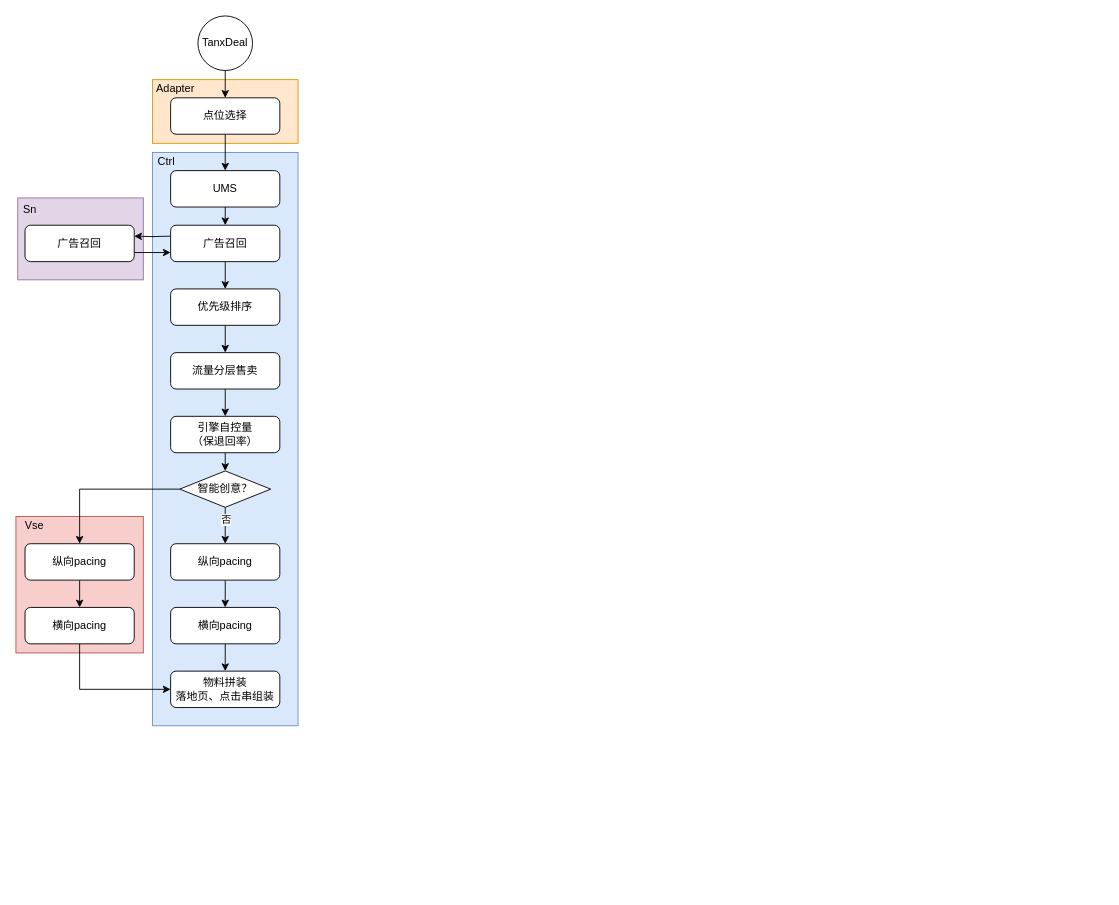
The draw.io diagram Untitled Diagram.drawio in coconutn256/studyFiles, before the edit. Source tidied: cells renumbered, new cells numbered last; positions are measured from the earlier drawing's top-left corner, leaving out a move shared by most shapes. Both pictures are drawn from the tidied source at 91%, with x=0, y=0 at pixel (15, 15).
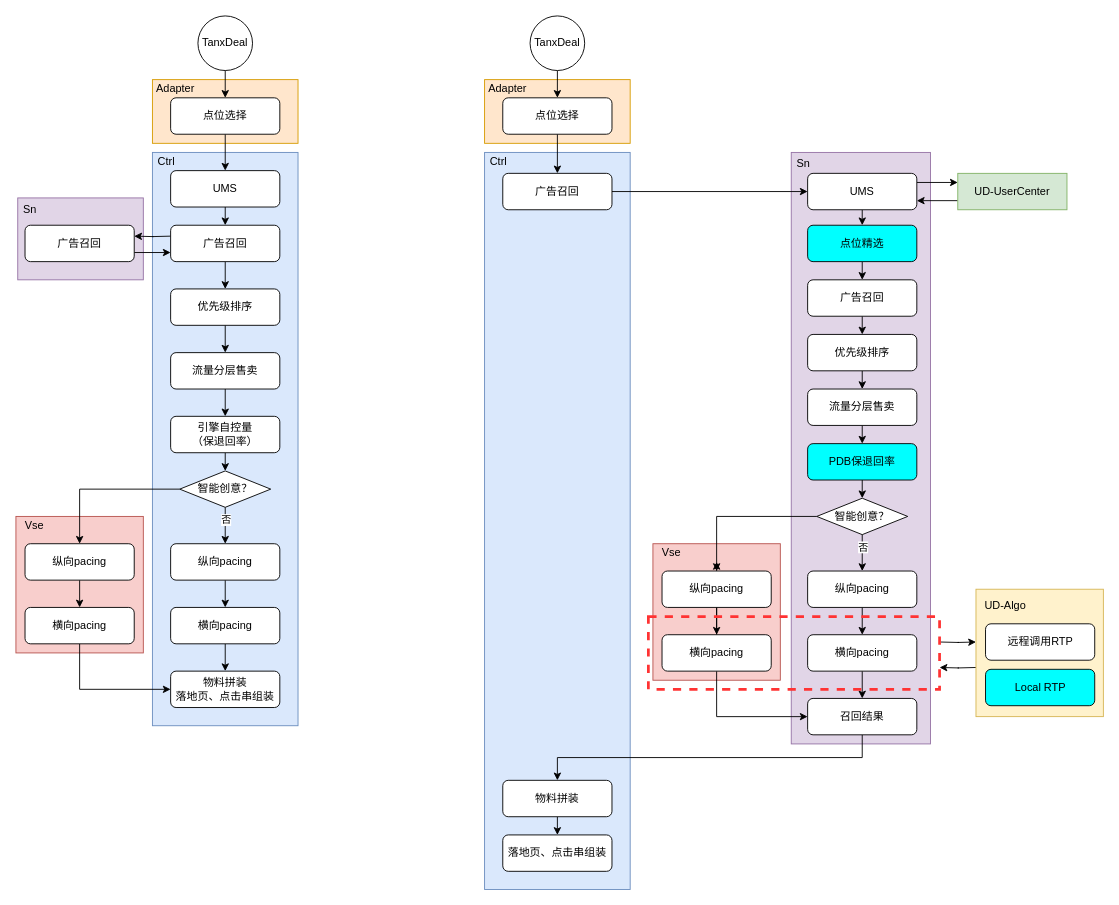
The same diagram, later.

What changed in the source:
```diff
@@
+    <mxCell id="40" style="rounded=0;whiteSpace=wrap;html=1;fillColor=#e1d5e7;strokeColor=#9673a6;" parent="1" vertex="1">
+      <mxGeometry x="852" y="150" width="153" height="650" as="geometry" />
+    </mxCell>
+    <mxCell id="41" style="rounded=0;whiteSpace=wrap;html=1;fontStyle=1;fillColor=#dae8fc;strokeColor=#6c8ebf;" parent="1" vertex="1">
+      <mxGeometry x="515" y="150" width="160" height="810" as="geometry" />
+    </mxCell>
+    <mxCell id="42" style="rounded=0;whiteSpace=wrap;html=1;fillColor=#ffe6cc;strokeColor=#d79b00;" parent="1" vertex="1">
+      <mxGeometry x="515" y="70" width="160" height="70" as="geometry" />
+    </mxCell>
+    <mxCell id="43" style="edgeStyle=orthogonalEdgeStyle;rounded=0;jettySize=auto;html=1;exitX=0.5;exitY=1;exitDx=0;exitDy=0;" parent="1" edge="1" source="44" target="46">
+      <mxGeometry relative="1" as="geometry" />
+    </mxCell>
+    <mxCell id="44" value="点位选择" style="rounded=1;whiteSpace=wrap;html=1;fontSize=12;glass=0;strokeWidth=1;shadow=0;" parent="1" vertex="1">
+      <mxGeometry x="535" y="90" width="120" height="40" as="geometry" />
+    </mxCell>
+    <mxCell id="45" style="edgeStyle=orthogonalEdgeStyle;rounded=0;jettySize=auto;html=1;exitX=1;exitY=0.5;exitDx=0;exitDy=0;entryX=0;entryY=0.5;entryDx=0;entryDy=0;" parent="1" edge="1" source="46" target="49">
+      <mxGeometry relative="1" as="geometry" />
+    </mxCell>
+    <mxCell id="46" value="广告召回" style="rounded=1;whiteSpace=wrap;html=1;fontSize=12;glass=0;strokeWidth=1;shadow=0;" parent="1" vertex="1">
+      <mxGeometry x="535" y="173" width="120" height="40" as="geometry" />
+    </mxCell>
+    <mxCell id="47" style="edgeStyle=orthogonalEdgeStyle;rounded=0;jettySize=auto;html=1;exitX=0.5;exitY=1;exitDx=0;exitDy=0;entryX=0.5;entryY=0;entryDx=0;entryDy=0;" parent="1" edge="1" source="49" target="81">
+      <mxGeometry relative="1" as="geometry" />
+    </mxCell>
+    <mxCell id="48" style="edgeStyle=orthogonalEdgeStyle;rounded=0;jettySize=auto;html=1;exitX=1;exitY=0.25;exitDx=0;exitDy=0;entryX=0;entryY=0.25;entryDx=0;entryDy=0;" parent="1" edge="1" source="49" target="86">
+      <mxGeometry relative="1" as="geometry" />
+    </mxCell>
+    <mxCell id="49" value="UMS" style="rounded=1;whiteSpace=wrap;html=1;fontSize=12;glass=0;strokeWidth=1;shadow=0;" parent="1" vertex="1">
+      <mxGeometry x="870" y="173" width="120" height="40" as="geometry" />
+    </mxCell>
+    <mxCell id="50" style="edgeStyle=orthogonalEdgeStyle;rounded=0;jettySize=auto;html=1;exitX=0.5;exitY=1;exitDx=0;exitDy=0;entryX=0.5;entryY=0;entryDx=0;entryDy=0;" parent="1" edge="1" source="51" target="44">
+      <mxGeometry relative="1" as="geometry" />
+    </mxCell>
+    <mxCell id="51" value="TanxDeal" style="ellipse;whiteSpace=wrap;html=1;" parent="1" vertex="1">
+      <mxGeometry x="565" width="60" height="60" as="geometry" />
+    </mxCell>
+    <mxCell id="52" value="Ctrl" style="text;html=1;align=center;verticalAlign=middle;fillColor=none;strokeColor=none;rounded=0;" parent="1" vertex="1">
+      <mxGeometry x="515" y="150" width="30" height="20" as="geometry" />
+    </mxCell>
+    <mxCell id="53" value="Adapter" style="text;html=1;align=center;verticalAlign=middle;fillColor=none;strokeColor=none;rounded=0;" parent="1" vertex="1">
+      <mxGeometry x="510" y="70" width="60" height="20" as="geometry" />
+    </mxCell>
+    <mxCell id="54" style="edgeStyle=orthogonalEdgeStyle;rounded=0;jettySize=auto;html=1;exitX=0.5;exitY=1;exitDx=0;exitDy=0;entryX=0.5;entryY=0;entryDx=0;entryDy=0;" parent="1" edge="1" source="55" target="84">
+      <mxGeometry relative="1" as="geometry" />
+    </mxCell>
+    <mxCell id="55" value="物料拼装" style="rounded=1;whiteSpace=wrap;html=1;fontSize=12;glass=0;strokeWidth=1;shadow=0;" parent="1" vertex="1">
+      <mxGeometry x="535" y="840" width="120" height="40" as="geometry" />
+    </mxCell>
+    <mxCell id="56" value="Sn" style="text;html=1;align=center;verticalAlign=middle;fillColor=none;strokeColor=none;rounded=0;" parent="1" vertex="1">
+      <mxGeometry x="850" y="153" width="30" height="20" as="geometry" />
+    </mxCell>
+    <mxCell id="57" style="edgeStyle=orthogonalEdgeStyle;rounded=0;jettySize=auto;html=1;exitX=0.5;exitY=1;exitDx=0;exitDy=0;entryX=0.5;entryY=0;entryDx=0;entryDy=0;" parent="1" edge="1" source="58" target="61">
+      <mxGeometry relative="1" as="geometry" />
+    </mxCell>
+    <mxCell id="58" value="广告召回" style="rounded=1;whiteSpace=wrap;html=1;fontSize=12;glass=0;strokeWidth=1;shadow=0;" parent="1" vertex="1">
+      <mxGeometry x="870" y="290" width="120" height="40" as="geometry" />
+    </mxCell>
+    <mxCell id="59" style="rounded=0;whiteSpace=wrap;html=1;fillColor=#f8cecc;strokeColor=#b85450;" parent="1" vertex="1">
+      <mxGeometry x="700" y="580" width="140" height="150" as="geometry" />
+    </mxCell>
+    <mxCell id="60" style="edgeStyle=orthogonalEdgeStyle;rounded=0;jettySize=auto;html=1;exitX=0.5;exitY=1;exitDx=0;exitDy=0;entryX=0.5;entryY=0;entryDx=0;entryDy=0;" parent="1" edge="1" source="61" target="63">
+      <mxGeometry relative="1" as="geometry" />
+    </mxCell>
+    <mxCell id="61" value="优先级排序" style="rounded=1;whiteSpace=wrap;html=1;fontSize=12;glass=0;strokeWidth=1;shadow=0;" parent="1" vertex="1">
+      <mxGeometry x="870" y="350" width="120" height="40" as="geometry" />
+    </mxCell>
+    <mxCell id="62" style="edgeStyle=orthogonalEdgeStyle;rounded=0;jettySize=auto;html=1;exitX=0.5;exitY=1;exitDx=0;exitDy=0;entryX=0.5;entryY=0;entryDx=0;entryDy=0;" parent="1" edge="1" source="63" target="65">
+      <mxGeometry relative="1" as="geometry" />
+    </mxCell>
+    <mxCell id="63" value="流量分层售卖" style="rounded=1;whiteSpace=wrap;html=1;fontSize=12;glass=0;strokeWidth=1;shadow=0;" parent="1" vertex="1">
+      <mxGeometry x="870" y="410" width="120" height="40" as="geometry" />
+    </mxCell>
+    <mxCell id="64" style="edgeStyle=orthogonalEdgeStyle;rounded=0;jettySize=auto;html=1;exitX=0.5;exitY=1;exitDx=0;exitDy=0;entryX=0.5;entryY=0;entryDx=0;entryDy=0;" parent="1" edge="1" source="65" target="73">
+      <mxGeometry relative="1" as="geometry" />
+    </mxCell>
+    <mxCell id="65" value="PDB保退回率" style="rounded=1;whiteSpace=wrap;html=1;fontSize=12;glass=0;strokeWidth=1;shadow=0;fillColor=#00FFFF;" parent="1" vertex="1">
+      <mxGeometry x="870" y="470" width="120" height="40" as="geometry" />
+    </mxCell>
+    <mxCell id="66" style="edgeStyle=orthogonalEdgeStyle;rounded=0;jettySize=auto;html=1;exitX=0.5;exitY=1;exitDx=0;exitDy=0;entryX=0.5;entryY=0;entryDx=0;entryDy=0;" parent="1" edge="1" source="67" target="69">
+      <mxGeometry relative="1" as="geometry" />
+    </mxCell>
+    <mxCell id="67" value="纵向pacing" style="rounded=1;whiteSpace=wrap;html=1;fontSize=12;glass=0;strokeWidth=1;shadow=0;" parent="1" vertex="1">
+      <mxGeometry x="870" y="610" width="120" height="40" as="geometry" />
+    </mxCell>
+    <mxCell id="68" style="edgeStyle=orthogonalEdgeStyle;rounded=0;jettySize=auto;html=1;exitX=0.5;exitY=1;exitDx=0;exitDy=0;entryX=0.5;entryY=0;entryDx=0;entryDy=0;" parent="1" edge="1" source="69" target="83">
+      <mxGeometry relative="1" as="geometry" />
+    </mxCell>
+    <mxCell id="69" value="横向pacing" style="rounded=1;whiteSpace=wrap;html=1;fontSize=12;glass=0;strokeWidth=1;shadow=0;" parent="1" vertex="1">
+      <mxGeometry x="870" y="680" width="120" height="40" as="geometry" />
+    </mxCell>
+    <mxCell id="70" style="edgeStyle=orthogonalEdgeStyle;rounded=0;jettySize=auto;html=1;exitX=0.5;exitY=1;exitDx=0;exitDy=0;entryX=0.5;entryY=0;entryDx=0;entryDy=0;" parent="1" edge="1" source="73" target="67">
+      <mxGeometry relative="1" as="geometry" />
+    </mxCell>
+    <mxCell id="71" value="否" style="edgeLabel;html=1;align=center;verticalAlign=middle;" parent="70" vertex="1">
+      <mxGeometry x="-0.35" y="-4" relative="1" as="geometry">
+        <mxPoint x="4" as="offset" />
+      </mxGeometry>
+    </mxCell>
+    <mxCell id="72" style="edgeStyle=orthogonalEdgeStyle;rounded=0;jettySize=auto;html=1;exitX=0;exitY=0.5;exitDx=0;exitDy=0;entryX=0.5;entryY=0;entryDx=0;entryDy=0;" parent="1" edge="1" source="73" target="78">
+      <mxGeometry relative="1" as="geometry" />
+    </mxCell>
+    <mxCell id="73" value="智能创意？" style="rhombus;whiteSpace=wrap;html=1;" parent="1" vertex="1">
+      <mxGeometry x="880" y="530" width="100" height="40" as="geometry" />
+    </mxCell>
+    <mxCell id="74" style="edgeStyle=orthogonalEdgeStyle;rounded=0;jettySize=auto;html=1;exitX=0.5;exitY=1;exitDx=0;exitDy=0;entryX=0;entryY=0.5;entryDx=0;entryDy=0;" parent="1" edge="1" source="76" target="83">
+      <mxGeometry relative="1" as="geometry" />
+    </mxCell>
+    <mxCell id="75" style="edgeStyle=orthogonalEdgeStyle;rounded=0;jettySize=auto;html=1;" parent="1" edge="1" source="76">
+      <mxGeometry relative="1" as="geometry">
+        <mxPoint x="770" y="600" as="targetPoint" />
+      </mxGeometry>
+    </mxCell>
+    <mxCell id="76" value="横向pacing" style="rounded=1;whiteSpace=wrap;html=1;fontSize=12;glass=0;strokeWidth=1;shadow=0;" parent="1" vertex="1">
+      <mxGeometry x="710" y="680" width="120" height="40" as="geometry" />
+    </mxCell>
+    <mxCell id="77" style="edgeStyle=orthogonalEdgeStyle;rounded=0;jettySize=auto;html=1;exitX=0.5;exitY=1;exitDx=0;exitDy=0;entryX=0.5;entryY=0;entryDx=0;entryDy=0;" parent="1" edge="1" source="78" target="76">
+      <mxGeometry relative="1" as="geometry" />
+    </mxCell>
+    <mxCell id="78" value="纵向pacing" style="rounded=1;whiteSpace=wrap;html=1;fontSize=12;glass=0;strokeWidth=1;shadow=0;" parent="1" vertex="1">
+      <mxGeometry x="710" y="610" width="120" height="40" as="geometry" />
+    </mxCell>
+    <mxCell id="79" value="Vse" style="text;html=1;align=center;verticalAlign=middle;fillColor=none;strokeColor=none;rounded=0;" parent="1" vertex="1">
+      <mxGeometry x="700" y="580" width="40" height="20" as="geometry" />
+    </mxCell>
+    <mxCell id="80" style="edgeStyle=orthogonalEdgeStyle;rounded=0;jettySize=auto;html=1;exitX=0.5;exitY=1;exitDx=0;exitDy=0;entryX=0.5;entryY=0;entryDx=0;entryDy=0;" parent="1" edge="1" source="81" target="58">
+      <mxGeometry relative="1" as="geometry" />
+    </mxCell>
+    <mxCell id="81" value="点位精选" style="rounded=1;whiteSpace=wrap;html=1;fontSize=12;glass=0;strokeWidth=1;shadow=0;fillColor=#00FFFF;" parent="1" vertex="1">
+      <mxGeometry x="870" y="230" width="120" height="40" as="geometry" />
+    </mxCell>
+    <mxCell id="82" style="edgeStyle=orthogonalEdgeStyle;rounded=0;jettySize=auto;html=1;exitX=0.5;exitY=1;exitDx=0;exitDy=0;entryX=0.5;entryY=0;entryDx=0;entryDy=0;" parent="1" edge="1" source="83" target="55">
+      <mxGeometry relative="1" as="geometry" />
+    </mxCell>
+    <mxCell id="83" value="召回结果" style="rounded=1;whiteSpace=wrap;html=1;fontSize=12;glass=0;strokeWidth=1;shadow=0;" parent="1" vertex="1">
+      <mxGeometry x="870" y="750" width="120" height="40" as="geometry" />
+    </mxCell>
+    <mxCell id="84" value="落地页、点击串组装" style="rounded=1;whiteSpace=wrap;html=1;fontSize=12;glass=0;strokeWidth=1;shadow=0;" parent="1" vertex="1">
+      <mxGeometry x="535" y="900" width="120" height="40" as="geometry" />
+    </mxCell>
+    <mxCell id="85" style="edgeStyle=orthogonalEdgeStyle;rounded=0;jettySize=auto;html=1;exitX=0;exitY=0.75;exitDx=0;exitDy=0;entryX=1;entryY=0.75;entryDx=0;entryDy=0;" parent="1" edge="1" source="86" target="49">
+      <mxGeometry relative="1" as="geometry" />
+    </mxCell>
+    <mxCell id="86" value="UD-UserCenter" style="rounded=0;whiteSpace=wrap;html=1;fontSize=12;glass=0;strokeWidth=1;shadow=0;fillColor=#d5e8d4;strokeColor=#82b366;" parent="1" vertex="1">
+      <mxGeometry x="1035" y="173" width="120" height="40" as="geometry" />
+    </mxCell>
+    <mxCell id="87" style="edgeStyle=orthogonalEdgeStyle;rounded=0;orthogonalLoop=1;jettySize=auto;html=1;exitX=0;exitY=0.5;exitDx=0;exitDy=0;entryX=1;entryY=0.5;entryDx=0;entryDy=0;" parent="1" edge="1">
+      <mxGeometry relative="1" as="geometry">
+        <mxPoint x="1055" y="716" as="sourcePoint" />
+        <mxPoint x="1015" y="716" as="targetPoint" />
+      </mxGeometry>
+    </mxCell>
+    <mxCell id="88" style="rounded=0;whiteSpace=wrap;html=1;fillColor=#fff2cc;strokeColor=#d6b656;" parent="1" vertex="1">
+      <mxGeometry x="1055" y="630" width="140" height="140" as="geometry" />
+    </mxCell>
+    <mxCell id="89" value="Local RTP" style="rounded=1;whiteSpace=wrap;html=1;fontSize=12;glass=0;strokeWidth=1;shadow=0;fillColor=#00FFFF;" parent="1" vertex="1">
+      <mxGeometry x="1065.5" y="718" width="120" height="40" as="geometry" />
+    </mxCell>
+    <mxCell id="90" value="远程调用RTP" style="rounded=1;whiteSpace=wrap;html=1;fontSize=12;glass=0;strokeWidth=1;shadow=0;" parent="1" vertex="1">
+      <mxGeometry x="1065.5" y="668" width="120" height="40" as="geometry" />
+    </mxCell>
+    <mxCell id="91" value="UD-Algo" style="text;html=1;align=center;verticalAlign=middle;fillColor=none;strokeColor=none;rounded=0;" parent="1" vertex="1">
+      <mxGeometry x="1056.5" y="638" width="60" height="20" as="geometry" />
+    </mxCell>
+    <mxCell id="92" style="edgeStyle=orthogonalEdgeStyle;rounded=0;orthogonalLoop=1;jettySize=auto;html=1;exitX=1;exitY=0.5;exitDx=0;exitDy=0;entryX=0;entryY=0.5;entryDx=0;entryDy=0;" parent="1" edge="1">
+      <mxGeometry relative="1" as="geometry">
+        <mxPoint x="1015" y="688" as="sourcePoint" />
+        <mxPoint x="1055" y="688" as="targetPoint" />
+      </mxGeometry>
+    </mxCell>
+    <mxCell id="93" style="rounded=0;whiteSpace=wrap;html=1;fontStyle=0;fillColor=none;dashed=1;strokeColor=#FF3333;strokeWidth=3;" parent="1" vertex="1">
+      <mxGeometry x="695" y="660" width="320" height="80" as="geometry" />
+    </mxCell>
```
